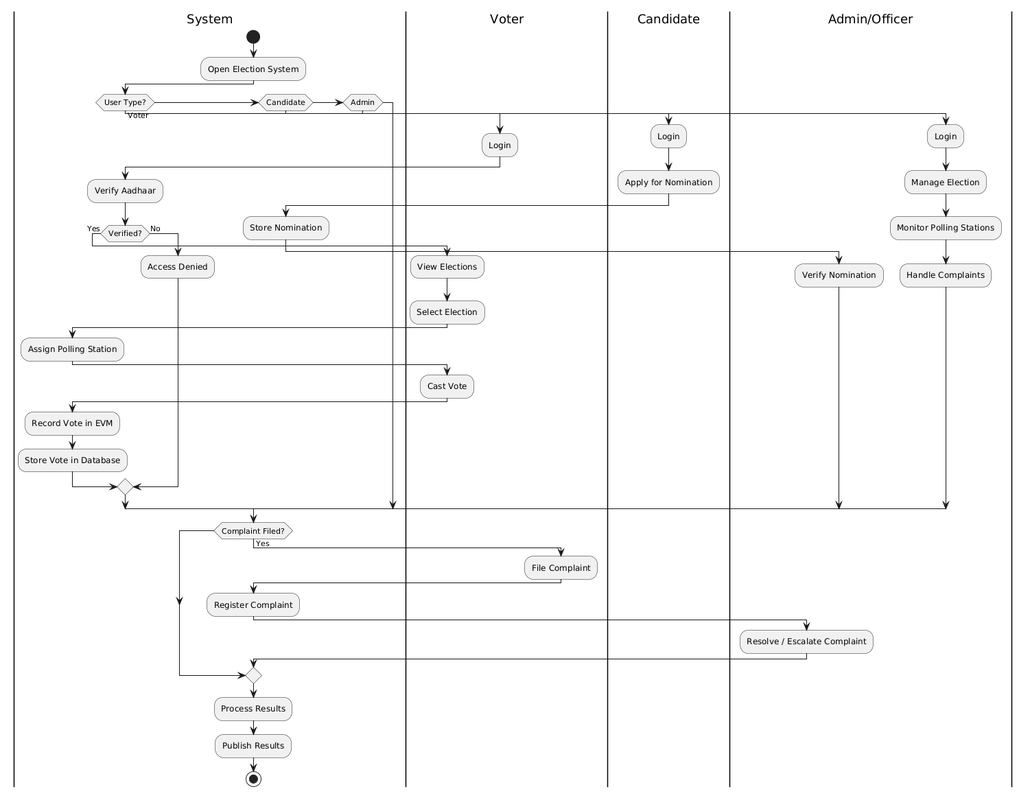
parth-here333/Election-System-OOT-Prototype keeps this PlantUML diagram as Diagrams/Activity Diagram.png. Above is the earlier version. The source it was exported from:
```plantuml
@startuml
|System|
start
:Open Election System;

if (User Type?) then (Voter)

  |Voter|
  :Login;

  |System|
  :Verify Aadhaar;

  if (Verified?) then (Yes)

    |Voter|
    :View Elections;
    :Select Election;

    |System|
    :Assign Polling Station;

    |Voter|
    :Cast Vote;

    |System|
    :Record Vote in EVM;
    :Store Vote in Database;

  else (No)
    :Access Denied;
  endif

elseif (Candidate)

  |Candidate|
  :Login;
  :Apply for Nomination;

  |System|
  :Store Nomination;

  |Admin/Officer|
  :Verify Nomination;

elseif (Admin)

  |Admin/Officer|
  :Login;
  :Manage Election;
  :Monitor Polling Stations;
  :Handle Complaints;

endif

|System|
if (Complaint Filed?) then (Yes)

  |Voter|
  :File Complaint;

  |System|
  :Register Complaint;

  |Admin/Officer|
  :Resolve / Escalate Complaint;

endif

|System|
:Process Results;
:Publish Results;

stop
@enduml
```
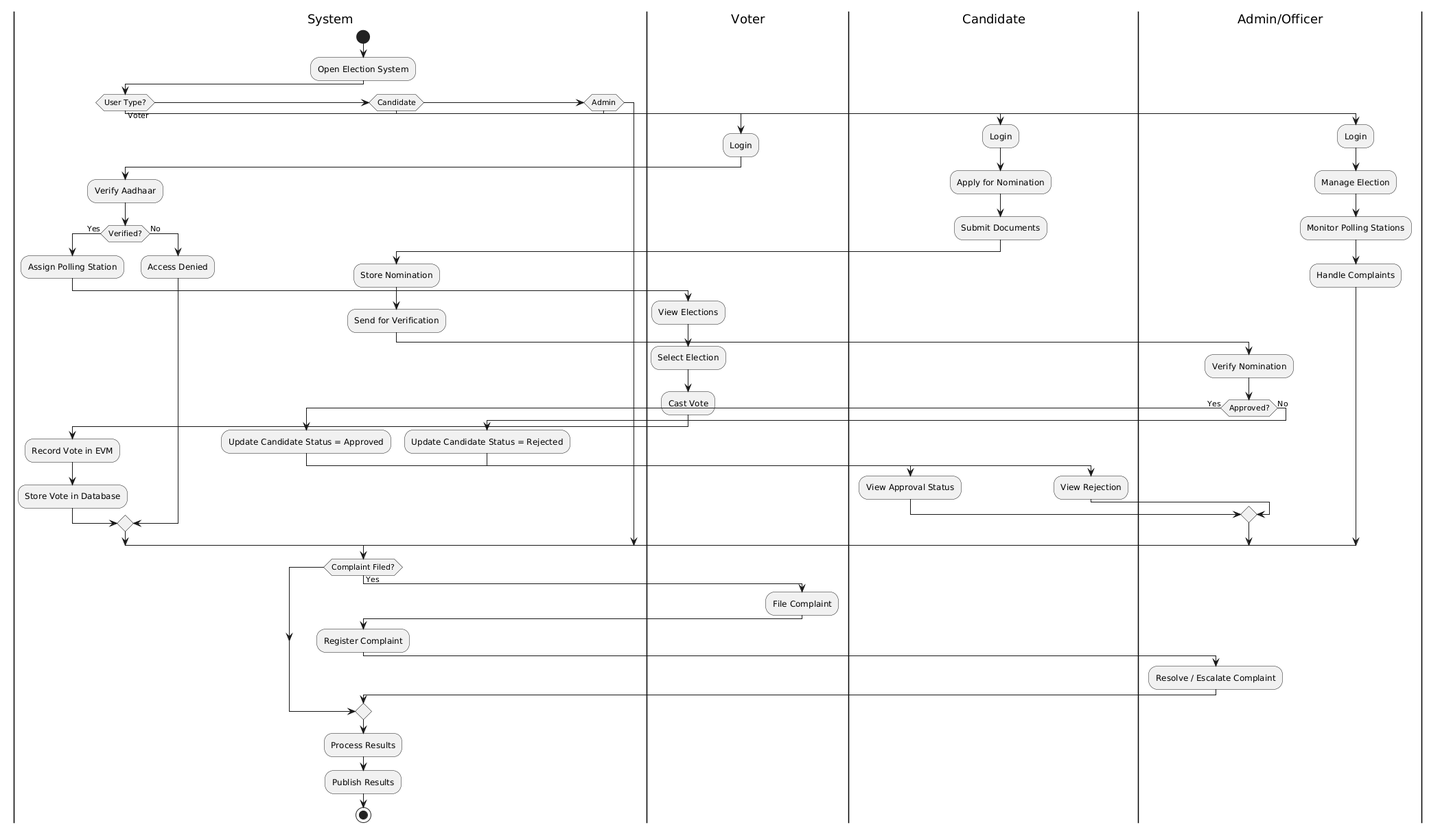
After the change.

Diff of the diagram source:
```diff
@@ -12,15 +12,11 @@
   :Verify Aadhaar;
 
   if (Verified?) then (Yes)
+    :Assign Polling Station;
 
     |Voter|
     :View Elections;
     :Select Election;
-
-    |System|
-    :Assign Polling Station;
-
-    |Voter|
     :Cast Vote;
 
     |System|
@@ -36,12 +32,29 @@
   |Candidate|
   :Login;
   :Apply for Nomination;
+  :Submit Documents;
 
   |System|
   :Store Nomination;
+  :Send for Verification;
 
   |Admin/Officer|
   :Verify Nomination;
+
+  if (Approved?) then (Yes)
+    |System|
+    :Update Candidate Status = Approved;
+
+    |Candidate|
+    :View Approval Status;
+
+  else (No)
+    |System|
+    :Update Candidate Status = Rejected;
+
+    |Candidate|
+    :View Rejection;
+  endif
 
 elseif (Admin)
 
@@ -52,6 +65,7 @@
   :Handle Complaints;
 
 endif
+
 
 |System|
 if (Complaint Filed?) then (Yes)
```
